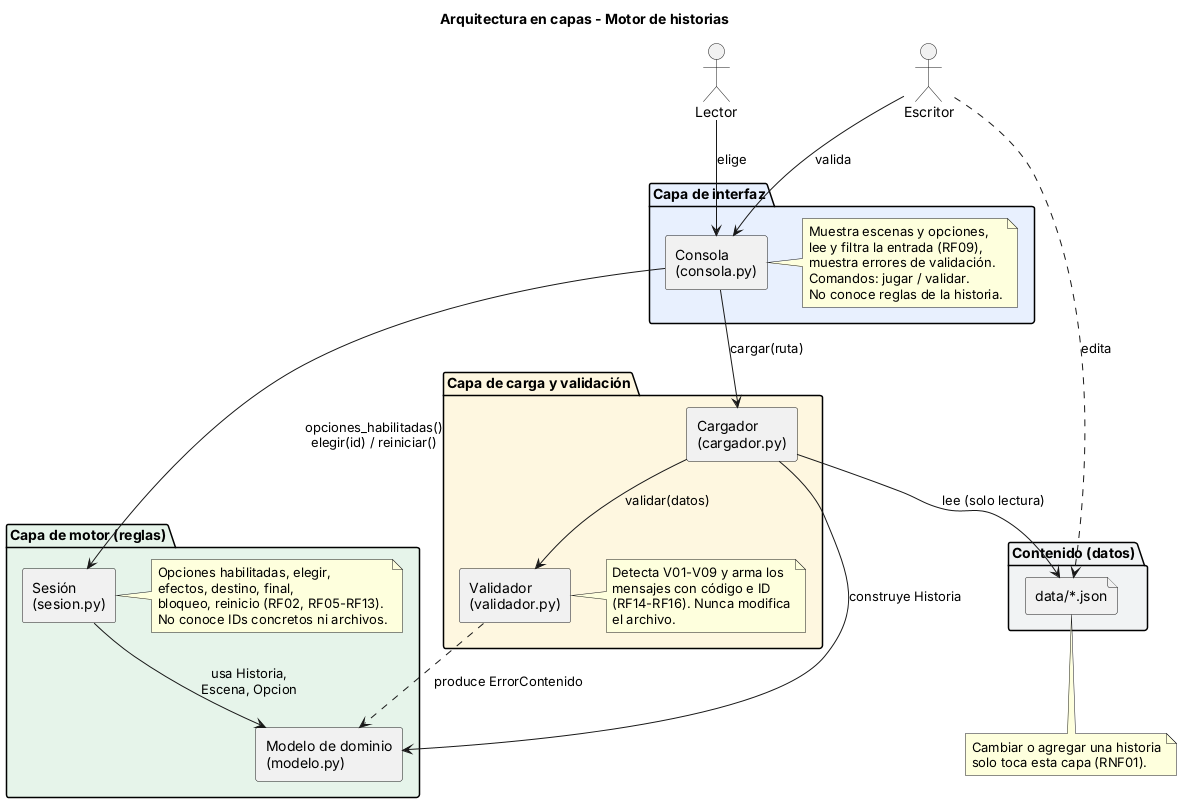
Above: docs/diagramas/06_componentes.png in sebastian-caicedo/parcial_ultima_transmision (PlantUML), before the change. Source of this version:
```plantuml
@startuml componentes
title Arquitectura en capas - Motor de historias
skinparam shadowing false
skinparam componentStyle rectangle
top to bottom direction

actor Lector
actor Escritor

package "Capa de interfaz" #E8F0FE {
  [Consola\n(consola.py)] as UI
  note right of UI
    Muestra escenas y opciones,
    lee y filtra la entrada (RF09),
    muestra errores de validación.
    Comandos: jugar / validar.
    No conoce reglas de la historia.
  end note
}

package "Capa de motor (reglas)" #E6F4EA {
  [Sesión\n(sesion.py)] as S
  [Modelo de dominio\n(modelo.py)] as M
  note right of S
    Opciones habilitadas, elegir,
    efectos, destino, final,
    bloqueo, reinicio (RF02, RF05-RF13).
    No conoce IDs concretos ni archivos.
  end note
}

package "Capa de carga y validación" #FEF7E0 {
  [Cargador\n(cargador.py)] as C
  [Validador\n(validador.py)] as V
  note right of V
    Detecta V01-V09 y arma los
    mensajes con código e ID
    (RF14-RF16). Nunca modifica
    el archivo.
  end note
}

package "Contenido (datos)" #F1F3F4 {
  file "data/*.json" as J
}

Lector --> UI : elige
Escritor --> UI : valida
Escritor ..> J : edita

UI --> C : cargar(ruta)
UI --> S : opciones_habilitadas()\nelegir(id) / reiniciar()
C --> V : validar(datos)
C --> J : lee (solo lectura)
C --> M : construye Historia
S --> M : usa Historia,\nEscena, Opcion
V ..> M : produce ErrorContenido

note bottom of J
  Cambiar o agregar una historia
  solo toca esta capa (RNF01).
end note
@enduml
```
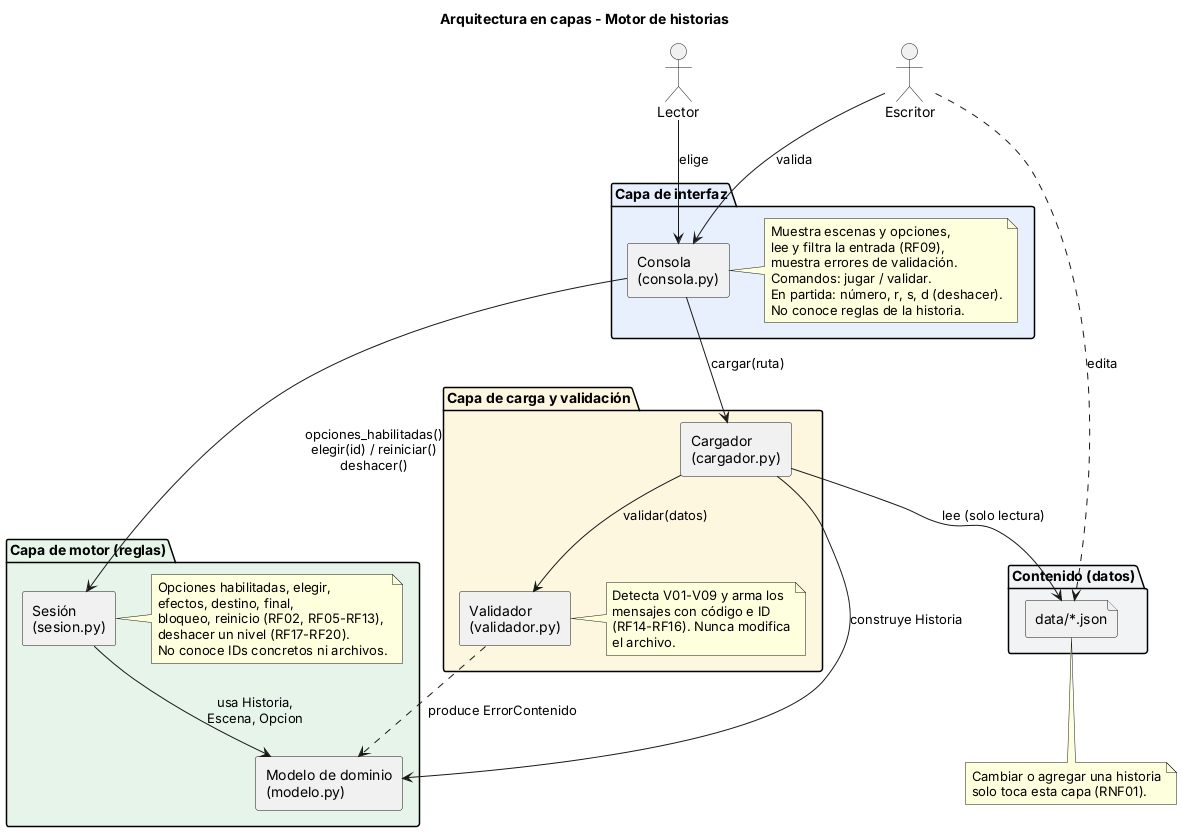
Above is the later version.

Diff of the diagram source:
```diff
@@ -14,6 +14,7 @@
     lee y filtra la entrada (RF09),
     muestra errores de validación.
     Comandos: jugar / validar.
+    En partida: número, r, s, d (deshacer).
     No conoce reglas de la historia.
   end note
 }
@@ -24,7 +25,8 @@
   note right of S
     Opciones habilitadas, elegir,
     efectos, destino, final,
-    bloqueo, reinicio (RF02, RF05-RF13).
+    bloqueo, reinicio (RF02, RF05-RF13),
+    deshacer un nivel (RF17-RF20).
     No conoce IDs concretos ni archivos.
   end note
 }
@@ -49,7 +51,7 @@
 Escritor ..> J : edita
 
 UI --> C : cargar(ruta)
-UI --> S : opciones_habilitadas()\nelegir(id) / reiniciar()
+UI --> S : opciones_habilitadas()\nelegir(id) / reiniciar()\ndeshacer()
 C --> V : validar(datos)
 C --> J : lee (solo lectura)
 C --> M : construye Historia
```
